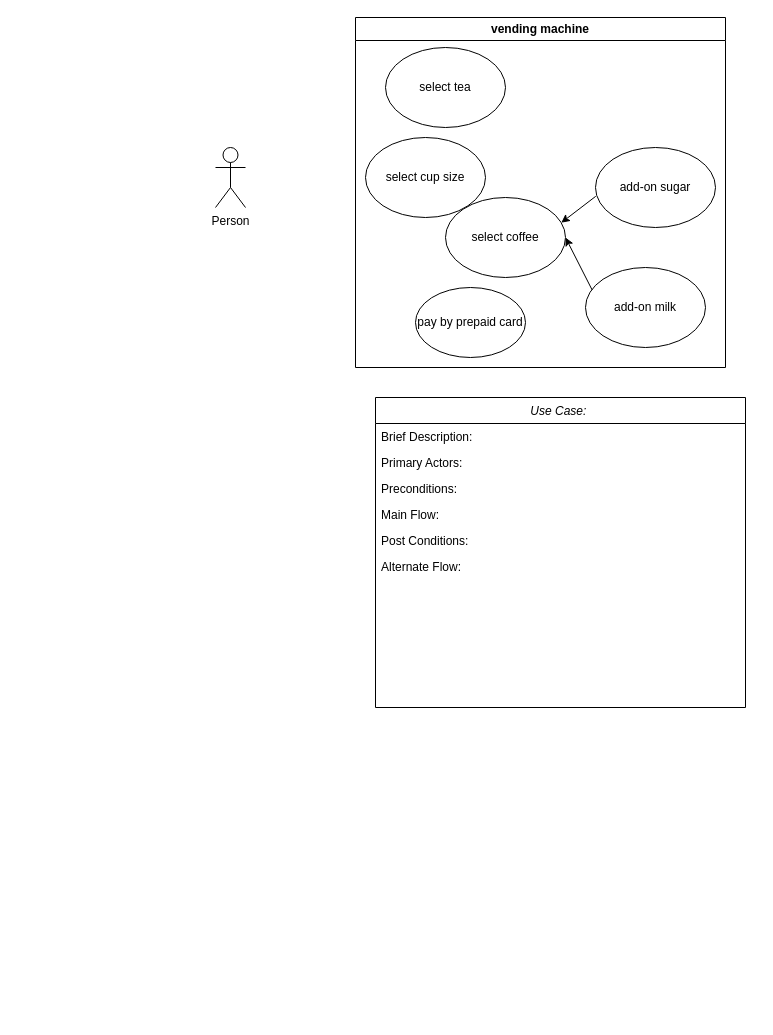
The draw.io diagram Untitled Diagram.drawio in gablmao/library-system, before the edit. Source tidied: cells renumbered, new cells numbered last; positions are measured from the earlier drawing's top-left corner, leaving out a move shared by most shapes. Both pictures are drawn from the tidied source at 100%, with x=0, y=0 at pixel (215, 17).
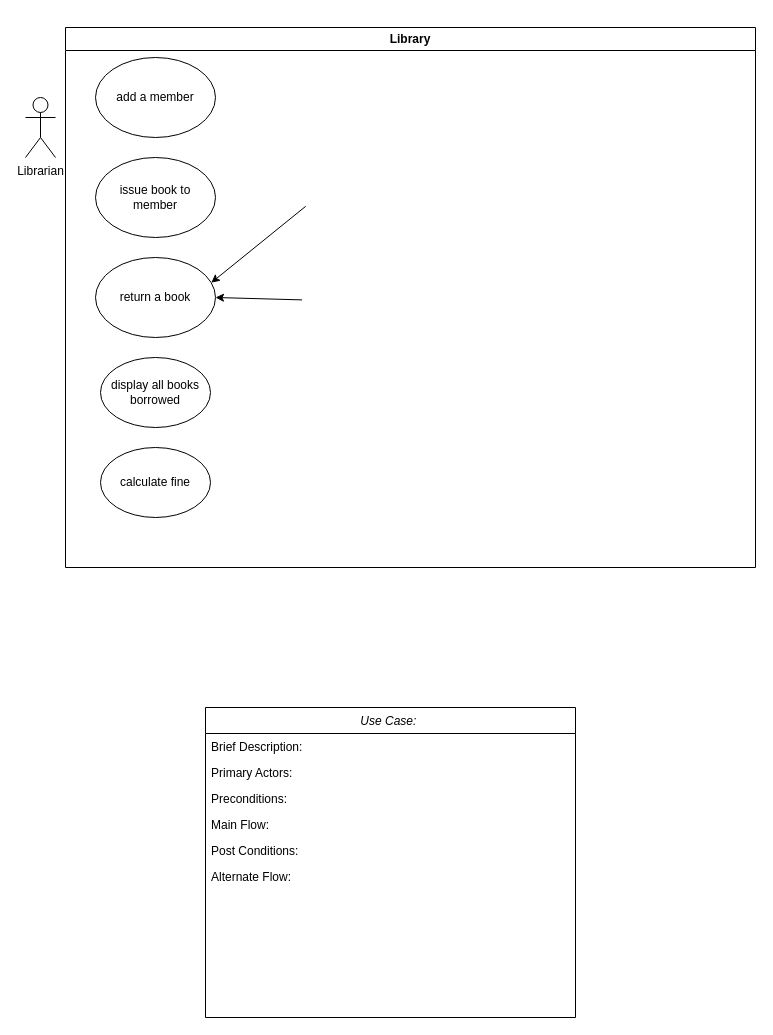
The same diagram, later.

What changed in the source:
```diff
@@
 <mxGraphModel>
   <root>
     <mxCell id="0" />
     <mxCell id="1" parent="0" />
     <mxCell id="2" value="Use Case: " style="swimlane;fontStyle=2;align=center;verticalAlign=top;horizontal=1;startSize=26;rounded=0;shadow=0;strokeWidth=1;" parent="1" vertex="1">
-      <mxGeometry x="160" y="380" width="370" height="310" as="geometry" />
+      <mxGeometry x="-10" y="690" width="370" height="310" as="geometry" />
     </mxCell>
     <mxCell id="3" value="Brief Description: " style="text;align=left;verticalAlign=top;spacingLeft=4;spacingRight=4;overflow=hidden;" parent="2" vertex="1">
       <mxGeometry y="26" width="370" height="26" as="geometry" />
     </mxCell>
     <mxCell id="4" value="Primary Actors: " style="text;align=left;verticalAlign=top;spacingLeft=4;spacingRight=4;overflow=hidden;rounded=0;shadow=0;html=0;" parent="2" vertex="1">
       <mxGeometry y="52" width="370" height="26" as="geometry" />
     </mxCell>
     <mxCell id="5" value="Preconditions: " style="text;align=left;verticalAlign=top;spacingLeft=4;spacingRight=4;overflow=hidden;rounded=0;shadow=0;html=0;" parent="2" vertex="1">
       <mxGeometry y="78" width="370" height="26" as="geometry" />
     </mxCell>
     <mxCell id="6" value="Main Flow: " style="text;align=left;verticalAlign=top;spacingLeft=4;spacingRight=4;overflow=hidden;" parent="2" vertex="1">
       <mxGeometry y="104" width="370" height="26" as="geometry" />
     </mxCell>
     <mxCell id="7" value="Post Conditions:" style="text;align=left;verticalAlign=top;spacingLeft=4;spacingRight=4;overflow=hidden;" parent="2" vertex="1">
       <mxGeometry y="130" width="370" height="26" as="geometry" />
     </mxCell>
     <mxCell id="8" value="Alternate Flow:" style="text;align=left;verticalAlign=top;spacingLeft=4;spacingRight=4;overflow=hidden;" parent="2" vertex="1">
       <mxGeometry y="156" width="370" height="26" as="geometry" />
     </mxCell>
-    <mxCell id="9" value="Person&lt;br&gt;" style="shape=umlActor;verticalLabelPosition=bottom;verticalAlign=top;html=1;" parent="1" vertex="1">
-      <mxGeometry y="130" width="30" height="60" as="geometry" />
+    <mxCell id="9" value="Librarian" style="shape=umlActor;verticalLabelPosition=bottom;verticalAlign=top;html=1;" parent="1" vertex="1">
+      <mxGeometry x="-190" y="80" width="30" height="60" as="geometry" />
     </mxCell>
-    <mxCell id="10" value="vending machine" style="swimlane;whiteSpace=wrap;html=1;" parent="1" vertex="1">
-      <mxGeometry x="140" width="370" height="350" as="geometry" />
+    <mxCell id="10" value="Library" style="swimlane;whiteSpace=wrap;html=1;" parent="1" vertex="1">
+      <mxGeometry x="-150" y="10" width="690" height="540" as="geometry" />
     </mxCell>
-    <mxCell id="11" value="pay by prepaid card" style="ellipse;whiteSpace=wrap;html=1;" parent="10" vertex="1">
-      <mxGeometry x="60" y="270" width="110" height="70" as="geometry" />
+    <mxCell id="11" value="display all books borrowed" style="ellipse;whiteSpace=wrap;html=1;" parent="10" vertex="1">
+      <mxGeometry x="35" y="330" width="110" height="70" as="geometry" />
     </mxCell>
-    <mxCell id="12" value="select tea" style="ellipse;whiteSpace=wrap;html=1;" parent="10" vertex="1">
+    <mxCell id="12" value="add a member" style="ellipse;whiteSpace=wrap;html=1;" parent="10" vertex="1">
       <mxGeometry x="30" y="30" width="120" height="80" as="geometry" />
     </mxCell>
-    <mxCell id="13" value="select coffee" style="ellipse;whiteSpace=wrap;html=1;" parent="10" vertex="1">
-      <mxGeometry x="90" y="180" width="120" height="80" as="geometry" />
+    <mxCell id="13" value="return a book" style="ellipse;whiteSpace=wrap;html=1;" parent="10" vertex="1">
+      <mxGeometry x="30" y="230" width="120" height="80" as="geometry" />
     </mxCell>
-    <mxCell id="14" value="add-on milk" style="ellipse;whiteSpace=wrap;html=1;" parent="10" vertex="1">
-      <mxGeometry x="230" y="250" width="120" height="80" as="geometry" />
-    </mxCell>
-    <mxCell id="15" value="add-on sugar" style="ellipse;whiteSpace=wrap;html=1;" parent="10" vertex="1">
-      <mxGeometry x="240" y="130" width="120" height="80" as="geometry" />
-    </mxCell>
-    <mxCell id="16" style="endArrow=classic;html=1;rounded=0;exitX=0.055;exitY=0.28;exitDx=0;exitDy=0;exitPerimeter=0;entryX=1;entryY=0.5;entryDx=0;entryDy=0;" parent="10" edge="1" source="14" target="13">
-      <mxGeometry relative="1" as="geometry" />
+    <mxCell id="16" style="endArrow=classic;html=1;rounded=0;exitX=0.055;exitY=0.28;exitDx=0;exitDy=0;exitPerimeter=0;entryX=1;entryY=0.5;entryDx=0;entryDy=0;" parent="10" edge="1" target="13">
+      <mxGeometry relative="1" as="geometry">
+        <mxPoint x="236.6" y="272.4" as="sourcePoint" />
+      </mxGeometry>
     </mxCell>
-    <mxCell id="17" style="endArrow=classic;html=1;rounded=0;exitX=0.002;exitY=0.61;exitDx=0;exitDy=0;exitPerimeter=0;entryX=0.965;entryY=0.315;entryDx=0;entryDy=0;entryPerimeter=0;" parent="10" edge="1" source="15" target="13">
-      <mxGeometry relative="1" as="geometry" />
+    <mxCell id="17" style="endArrow=classic;html=1;rounded=0;exitX=0.002;exitY=0.61;exitDx=0;exitDy=0;exitPerimeter=0;entryX=0.965;entryY=0.315;entryDx=0;entryDy=0;entryPerimeter=0;" parent="10" edge="1" target="13">
+      <mxGeometry relative="1" as="geometry">
+        <mxPoint x="240.2" y="178.8" as="sourcePoint" />
+      </mxGeometry>
     </mxCell>
-    <mxCell id="18" value="select cup size" style="ellipse;whiteSpace=wrap;html=1;" parent="10" vertex="1">
-      <mxGeometry x="10" y="120" width="120" height="80" as="geometry" />
+    <mxCell id="18" value="issue book to member" style="ellipse;whiteSpace=wrap;html=1;" parent="10" vertex="1">
+      <mxGeometry x="30" y="130" width="120" height="80" as="geometry" />
     </mxCell>
+    <mxCell id="19" value="calculate fine" style="ellipse;whiteSpace=wrap;html=1;" parent="10" vertex="1">
+      <mxGeometry x="35" y="420" width="110" height="70" as="geometry" />
+    </mxCell>
   </root>
 </mxGraphModel>
```
